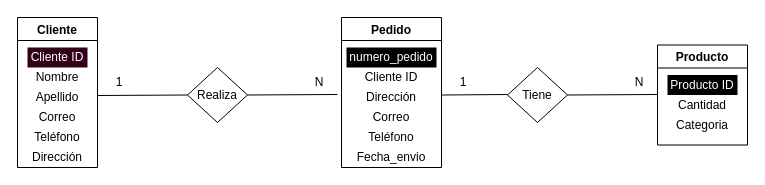
The draw.io diagram Diagrama proyect alternativo.drawio in ercoleastorino/api-alternativo, before the edit. Source tidied: cells renumbered, new cells numbered last; positions are measured from the earlier drawing's top-left corner, leaving out a move shared by most shapes. Both pictures are drawn from the tidied source at 100%, with x=0, y=0 at pixel (17, 17).
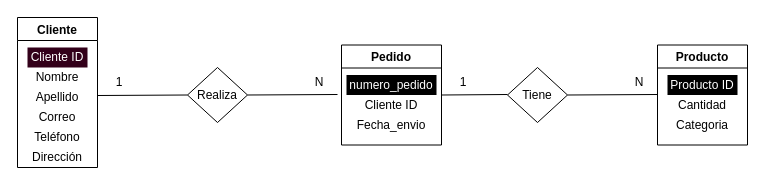
The same page after the edit.

Change to the diagram source:
```diff
@@
     <mxCell id="9" value="Pedido" style="swimlane;" parent="1" vertex="1">
-      <mxGeometry x="324" width="100" height="150" as="geometry" />
+      <mxGeometry x="324" y="27.5" width="100" height="100" as="geometry" />
     </mxCell>
-    <mxCell id="10" value="Dirección" style="text;html=1;strokeColor=none;fillColor=none;align=center;verticalAlign=middle;whiteSpace=wrap;rounded=0;" parent="9" vertex="1">
-      <mxGeometry x="20" y="70" width="60" height="20" as="geometry" />
-    </mxCell>
-    <mxCell id="11" value="Correo" style="text;html=1;strokeColor=none;fillColor=none;align=center;verticalAlign=middle;whiteSpace=wrap;rounded=0;" parent="9" vertex="1">
-      <mxGeometry x="20" y="90" width="60" height="20" as="geometry" />
-    </mxCell>
-    <mxCell id="12" value="Teléfono" style="text;html=1;strokeColor=none;fillColor=none;align=center;verticalAlign=middle;whiteSpace=wrap;rounded=0;" parent="9" vertex="1">
-      <mxGeometry x="20" y="110" width="60" height="20" as="geometry" />
-    </mxCell>
     <mxCell id="13" value="Fecha_envio" style="text;html=1;strokeColor=none;fillColor=none;align=center;verticalAlign=middle;whiteSpace=wrap;rounded=0;" parent="9" vertex="1">
-      <mxGeometry x="20" y="130" width="60" height="20" as="geometry" />
+      <mxGeometry x="20" y="70" width="60" height="20" as="geometry" />
     </mxCell>
```
